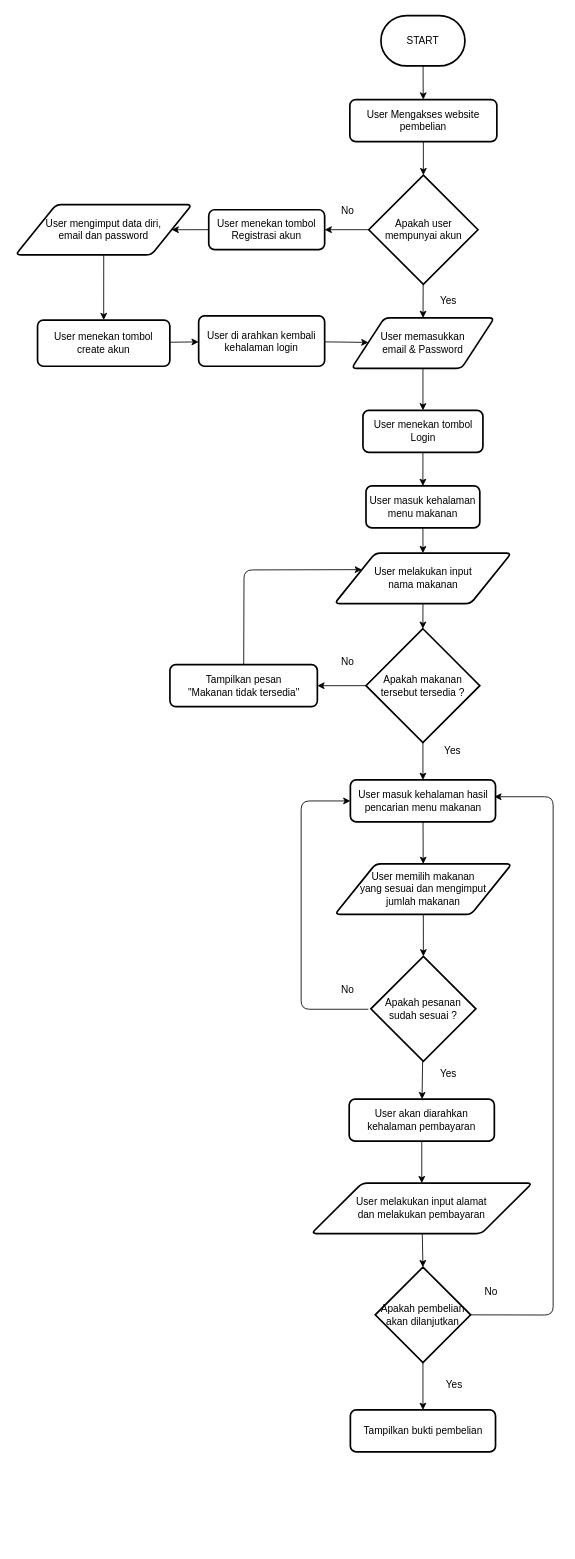
This is flowchart.drawio from bintangmesir/bintang_mesir-proses_order_makanan_online, a draw.io file, before an edit. Source tidied: cells renumbered, new cells numbered last; positions are measured from the earlier drawing's top-left corner, leaving out a move shared by most shapes. Both pictures are drawn from the tidied source at 84%, with x=0, y=0 at pixel (15, 15).
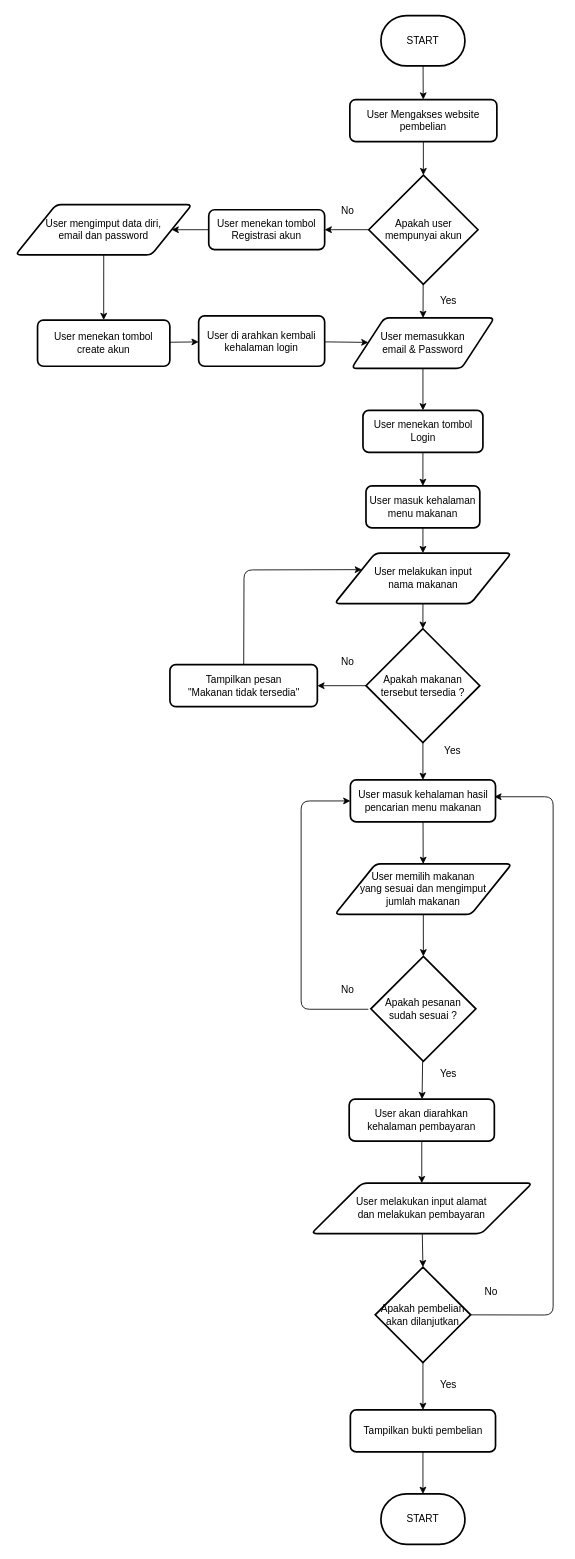
Above is the later version.

Commit message:
add end flowchart on flowchart.drawio file

The change refers to these unchanged cells:
```xml
<mxCell id="51" value="Tampilkan bukti pembelian" style="rounded=1;whiteSpace=wrap;html=1;absoluteArcSize=1;arcSize=14;strokeWidth=2;" parent="1" vertex="1">
  <mxGeometry x="398.6" y="1660" width="172.8" height="50" as="geometry" />
</mxCell>
```

Change to the diagram source:
```diff
@@
+    <mxCell id="53" style="edgeStyle=none;html=1;" parent="1" edge="1" source="51" target="54">
+      <mxGeometry relative="1" as="geometry" />
+    </mxCell>
@@
     <mxCell id="52" value="Yes" style="text;html=1;align=center;verticalAlign=middle;strokeColor=none;fillColor=none;" parent="1" vertex="1">
-      <mxGeometry x="501.8" y="1620" width="40" height="20" as="geometry" />
+      <mxGeometry x="495" y="1620" width="40" height="20" as="geometry" />
     </mxCell>
+    <mxCell id="54" value="START" style="strokeWidth=2;html=1;shape=mxgraph.flowchart.terminator;whiteSpace=wrap;" parent="1" vertex="1">
+      <mxGeometry x="435" y="1760" width="100" height="60" as="geometry" />
+    </mxCell>
```
